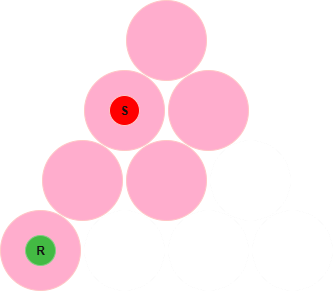
Earlier version of the draw.io export diagrams/bomb-reg-diff.drawio.png (CalvinLac/wuhan-pong). Source tidied: cells renumbered, new cells last; positions are measured from the earlier drawing's top-left corner, leaving out a move shared by most shapes.
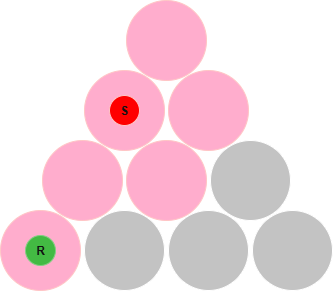
The same file after the commit.

What changed in the source:
```diff
@@ -38,16 +38,16 @@
     <mxCell id="13" value="&lt;b&gt;R&lt;/b&gt;" style="ellipse;whiteSpace=wrap;html=1;fillColor=#008a00;fontColor=#ffffff;strokeColor=#005700;" parent="1" vertex="1">
       <mxGeometry x="25" y="235" width="30" height="30" as="geometry" />
     </mxCell>
-    <mxCell id="14" style="ellipse;whiteSpace=wrap;html=1;fillColor=light-dark(#FFFFFF,#FFFFFF);" parent="1" vertex="1">
+    <mxCell id="14" style="ellipse;whiteSpace=wrap;html=1;fillColor=light-dark(#FFFFFF,#C3C3C3);" parent="1" vertex="1">
       <mxGeometry x="210" y="140" width="80" height="80" as="geometry" />
     </mxCell>
-    <mxCell id="15" style="ellipse;whiteSpace=wrap;html=1;fillColor=light-dark(#FFFFFF,#FFFFFF);" parent="1" vertex="1">
+    <mxCell id="15" style="ellipse;whiteSpace=wrap;html=1;fillColor=light-dark(#FFFFFF,#C3C3C3);" parent="1" vertex="1">
       <mxGeometry x="252" y="210" width="80" height="80" as="geometry" />
     </mxCell>
-    <mxCell id="16" style="ellipse;whiteSpace=wrap;html=1;fillColor=light-dark(#FFFFFF,#FFFFFF);" parent="1" vertex="1">
+    <mxCell id="16" style="ellipse;whiteSpace=wrap;html=1;fillColor=light-dark(#FFFFFF,#C3C3C3);" parent="1" vertex="1">
       <mxGeometry x="168" y="210" width="80" height="80" as="geometry" />
     </mxCell>
-    <mxCell id="17" style="ellipse;whiteSpace=wrap;html=1;fillColor=light-dark(#FFFFFF,#FFFFFF);" parent="1" vertex="1">
+    <mxCell id="17" style="ellipse;whiteSpace=wrap;html=1;fillColor=light-dark(#FFFFFF,#C3C3C3);" parent="1" vertex="1">
       <mxGeometry x="84" y="210" width="80" height="80" as="geometry" />
     </mxCell>
   </root>
```
